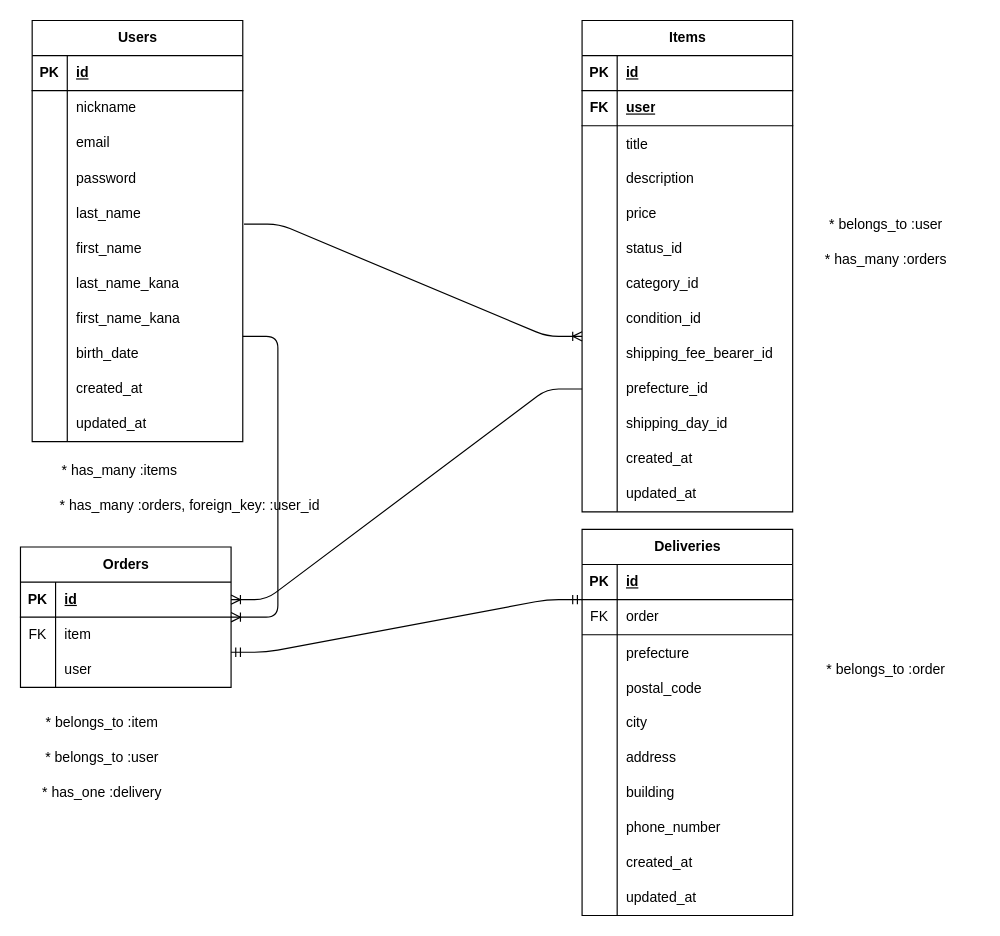
This is ERfile.dio from yout-a/furima-42334, a draw.io file, before an edit. Source tidied: cells renumbered, new cells numbered last; positions are measured from the earlier drawing's top-left corner, leaving out a move shared by most shapes. Both pictures are drawn from the tidied source at 117%, with x=0, y=0 at pixel (20, 20).
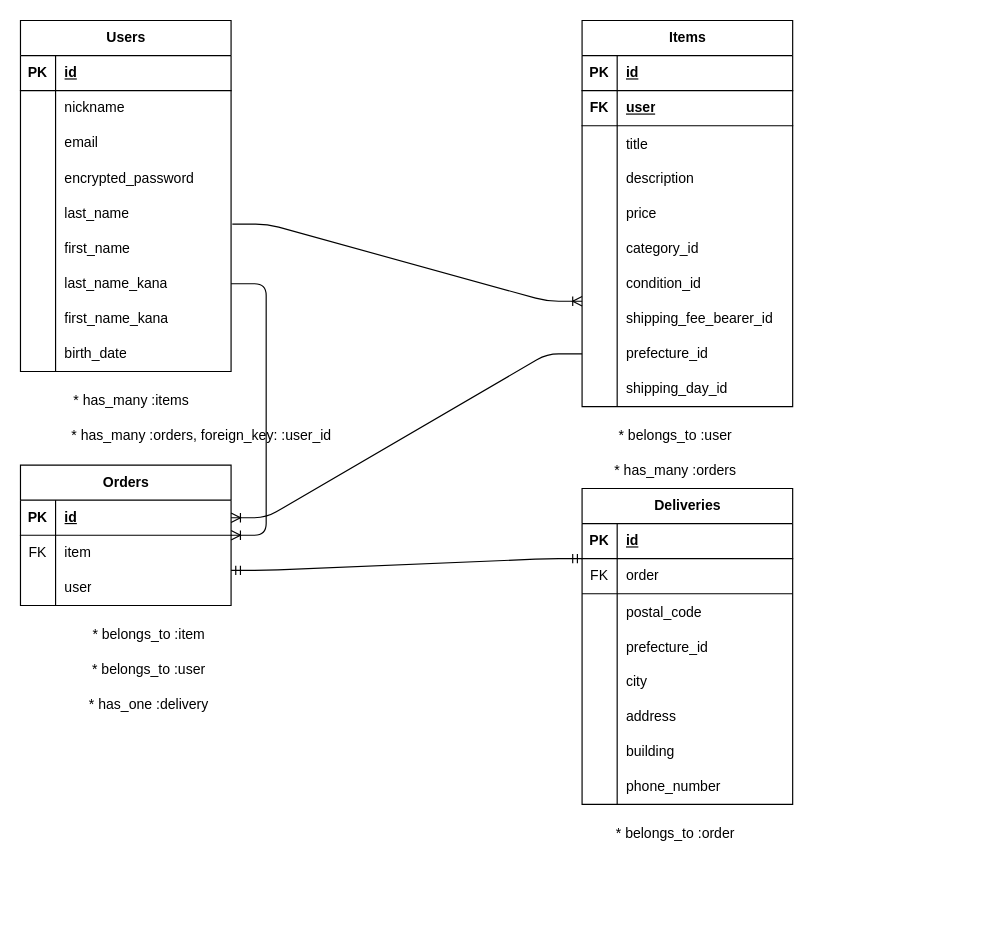
The same diagram, later.

Commit message (it also covers changes not shown here):
READMEの訂正３回目

Unchanged cells that the change refers to:
```xml
<mxCell id="12" style="shape=tableRow;horizontal=0;startSize=0;swimlaneHead=0;swimlaneBody=0;fillColor=none;top=0;left=0;right=0;bottom=0;" parent="2" vertex="1">
  <mxGeometry y="120" width="180" height="30" as="geometry" />
</mxCell>
<mxCell id="21" style="shape=tableRow;horizontal=0;startSize=0;swimlaneHead=0;swimlaneBody=0;fillColor=none;points=[[0,0.5],[1,0.5]];portConstraint=eastwest;top=0;left=0;right=0;bottom=0;" parent="2" vertex="1">
  <mxGeometry y="210" width="180" height="30" as="geometry" />
</mxCell>
<mxCell id="80" style="shape=tableRow;horizontal=0;startSize=0;swimlaneHead=0;swimlaneBody=0;fillColor=none;points=[[0,0.5],[1,0.5]];portConstraint=eastwest;top=0;left=0;right=0;bottom=0;" parent="76" vertex="1">
  <mxGeometry y="60" width="180" height="30" as="geometry" />
</mxCell>
```

Change to the diagram source:
```diff
@@
     <mxCell id="2" value="Users" style="shape=table;startSize=30;childLayout=tableLayout;rowLines=0;fontStyle=1;align=center;html=1;" parent="1" vertex="1">
-      <mxGeometry x="10" width="180" height="360" as="geometry" />
+      <mxGeometry width="180" height="300" as="geometry" />
     </mxCell>
@@
-    <mxCell id="14" value="password" style="shape=partialRectangle;fillColor=none;top=0;left=0;bottom=0;right=0;align=left;spacingLeft=6;overflow=hidden;whiteSpace=wrap;html=1;" parent="12" vertex="1">
+    <mxCell id="14" value="encrypted_password" style="shape=partialRectangle;fillColor=none;top=0;left=0;bottom=0;right=0;align=left;spacingLeft=6;overflow=hidden;whiteSpace=wrap;html=1;" parent="12" vertex="1">
       <mxGeometry x="30" width="150" height="30" as="geometry" />
     </mxCell>
@@
-    <mxCell id="30" style="shape=tableRow;horizontal=0;startSize=0;swimlaneHead=0;swimlaneBody=0;fillColor=none;top=0;left=0;right=0;bottom=0;" parent="2" vertex="1">
-      <mxGeometry y="300" width="180" height="30" as="geometry" />
-    </mxCell>
-    <mxCell id="31" style="shape=partialRectangle;fillColor=none;top=0;left=0;bottom=0;right=0;overflow=hidden;whiteSpace=wrap;html=1;" parent="30" vertex="1">
-      <mxGeometry width="30" height="30" as="geometry" />
-    </mxCell>
-    <mxCell id="32" value="created_at" style="shape=partialRectangle;fillColor=none;top=0;left=0;bottom=0;right=0;align=left;spacingLeft=6;overflow=hidden;whiteSpace=wrap;html=1;" parent="30" vertex="1">
-      <mxGeometry x="30" width="150" height="30" as="geometry" />
-    </mxCell>
-    <mxCell id="33" style="shape=tableRow;horizontal=0;startSize=0;swimlaneHead=0;swimlaneBody=0;fillColor=none;top=0;left=0;right=0;bottom=0;" parent="2" vertex="1">
-      <mxGeometry y="330" width="180" height="30" as="geometry" />
-    </mxCell>
-    <mxCell id="34" style="shape=partialRectangle;fillColor=none;top=0;left=0;bottom=0;right=0;overflow=hidden;whiteSpace=wrap;html=1;" parent="33" vertex="1">
-      <mxGeometry width="30" height="30" as="geometry" />
-    </mxCell>
-    <mxCell id="35" value="updated_at" style="shape=partialRectangle;fillColor=none;top=0;left=0;bottom=0;right=0;align=left;spacingLeft=6;overflow=hidden;whiteSpace=wrap;html=1;" parent="33" vertex="1">
-      <mxGeometry x="30" width="150" height="30" as="geometry" />
-    </mxCell>
     <mxCell id="36" value="Items" style="shape=table;startSize=30;childLayout=tableLayout;rowLines=0;fontStyle=1;align=center;html=1;" parent="1" vertex="1">
-      <mxGeometry x="480" width="180" height="420" as="geometry" />
+      <mxGeometry x="480" width="180" height="330" as="geometry" />
     </mxCell>
@@
-    <mxCell id="52" style="shape=tableRow;horizontal=0;startSize=0;swimlaneHead=0;swimlaneBody=0;fillColor=none;top=0;left=0;right=0;bottom=0;" parent="36" vertex="1">
-      <mxGeometry y="180" width="180" height="30" as="geometry" />
-    </mxCell>
-    <mxCell id="53" style="shape=partialRectangle;fillColor=none;top=0;left=0;bottom=0;right=0;overflow=hidden;whiteSpace=wrap;html=1;" parent="52" vertex="1">
-      <mxGeometry width="30" height="30" as="geometry" />
-    </mxCell>
-    <mxCell id="54" value="status_id" style="shape=partialRectangle;fillColor=none;top=0;left=0;bottom=0;right=0;align=left;spacingLeft=6;overflow=hidden;whiteSpace=wrap;html=1;" parent="52" vertex="1">
-      <mxGeometry x="30" width="150" height="30" as="geometry" />
-    </mxCell>
     <mxCell id="55" style="shape=tableRow;horizontal=0;startSize=0;swimlaneHead=0;swimlaneBody=0;fillColor=none;top=0;left=0;right=0;bottom=0;" parent="36" vertex="1">
-      <mxGeometry y="210" width="180" height="30" as="geometry" />
+      <mxGeometry y="180" width="180" height="30" as="geometry" />
     </mxCell>
@@
     <mxCell id="58" style="shape=tableRow;horizontal=0;startSize=0;swimlaneHead=0;swimlaneBody=0;fillColor=none;top=0;left=0;right=0;bottom=0;" parent="36" vertex="1">
-      <mxGeometry y="240" width="180" height="30" as="geometry" />
+      <mxGeometry y="210" width="180" height="30" as="geometry" />
     </mxCell>
@@
     <mxCell id="61" style="shape=tableRow;horizontal=0;startSize=0;swimlaneHead=0;swimlaneBody=0;fillColor=none;points=[[0,0.5],[1,0.5]];portConstraint=eastwest;top=0;left=0;right=0;bottom=0;" parent="36" vertex="1">
-      <mxGeometry y="270" width="180" height="30" as="geometry" />
+      <mxGeometry y="240" width="180" height="30" as="geometry" />
     </mxCell>
@@
     <mxCell id="64" style="shape=tableRow;horizontal=0;startSize=0;swimlaneHead=0;swimlaneBody=0;fillColor=none;points=[[0,0.5],[1,0.5]];portConstraint=eastwest;top=0;left=0;right=0;bottom=0;" parent="36" vertex="1">
-      <mxGeometry y="300" width="180" height="30" as="geometry" />
+      <mxGeometry y="270" width="180" height="30" as="geometry" />
     </mxCell>
@@
     <mxCell id="67" style="shape=tableRow;horizontal=0;startSize=0;swimlaneHead=0;swimlaneBody=0;fillColor=none;top=0;left=0;right=0;bottom=0;" parent="36" vertex="1">
-      <mxGeometry y="330" width="180" height="30" as="geometry" />
+      <mxGeometry y="300" width="180" height="30" as="geometry" />
     </mxCell>
@@
-    <mxCell id="70" style="shape=tableRow;horizontal=0;startSize=0;swimlaneHead=0;swimlaneBody=0;fillColor=none;top=0;left=0;right=0;bottom=0;" parent="36" vertex="1">
-      <mxGeometry y="360" width="180" height="30" as="geometry" />
-    </mxCell>
-    <mxCell id="71" style="shape=partialRectangle;fillColor=none;top=0;left=0;bottom=0;right=0;overflow=hidden;whiteSpace=wrap;html=1;" parent="70" vertex="1">
-      <mxGeometry width="30" height="30" as="geometry" />
-    </mxCell>
-    <mxCell id="72" value="created_at" style="shape=partialRectangle;fillColor=none;top=0;left=0;bottom=0;right=0;align=left;spacingLeft=6;overflow=hidden;whiteSpace=wrap;html=1;" parent="70" vertex="1">
-      <mxGeometry x="30" width="150" height="30" as="geometry" />
-    </mxCell>
-    <mxCell id="73" style="shape=tableRow;horizontal=0;startSize=0;swimlaneHead=0;swimlaneBody=0;fillColor=none;top=0;left=0;right=0;bottom=0;" parent="36" vertex="1">
-      <mxGeometry y="390" width="180" height="30" as="geometry" />
-    </mxCell>
-    <mxCell id="74" style="shape=partialRectangle;fillColor=none;top=0;left=0;bottom=0;right=0;overflow=hidden;whiteSpace=wrap;html=1;" parent="73" vertex="1">
-      <mxGeometry width="30" height="30" as="geometry" />
-    </mxCell>
-    <mxCell id="75" value="updated_at" style="shape=partialRectangle;fillColor=none;top=0;left=0;bottom=0;right=0;align=left;spacingLeft=6;overflow=hidden;whiteSpace=wrap;html=1;" parent="73" vertex="1">
-      <mxGeometry x="30" width="150" height="30" as="geometry" />
-    </mxCell>
     <mxCell id="76" value="Deliveries" style="shape=table;startSize=30;childLayout=tableLayout;rowLines=0;fontStyle=1;align=center;html=1;" parent="1" vertex="1">
-      <mxGeometry x="480" y="435" width="180" height="330" as="geometry" />
+      <mxGeometry x="480" y="400" width="180" height="270" as="geometry" />
     </mxCell>
@@
+    <mxCell id="86" style="shape=tableRow;horizontal=0;startSize=0;swimlaneHead=0;swimlaneBody=0;fillColor=none;points=[[0,0.5],[1,0.5]];portConstraint=eastwest;top=0;left=0;right=0;bottom=0;" parent="76" vertex="1">
+      <mxGeometry y="90" width="180" height="30" as="geometry" />
+    </mxCell>
+    <mxCell id="87" style="shape=partialRectangle;fillColor=none;top=0;left=0;bottom=0;right=0;overflow=hidden;" parent="86" vertex="1">
+      <mxGeometry width="30" height="30" as="geometry" />
+    </mxCell>
+    <mxCell id="88" value="postal_code" style="shape=partialRectangle;fillColor=none;top=0;left=0;bottom=0;right=0;align=left;spacingLeft=6;overflow=hidden;" parent="86" vertex="1">
+      <mxGeometry x="30" width="150" height="30" as="geometry" />
+    </mxCell>
     <mxCell id="83" style="shape=tableRow;horizontal=0;startSize=0;swimlaneHead=0;swimlaneBody=0;fillColor=none;points=[[0,0.5],[1,0.5]];portConstraint=eastwest;top=0;left=0;right=0;bottom=0;" parent="76" vertex="1">
-      <mxGeometry y="90" width="180" height="30" as="geometry" />
+      <mxGeometry y="120" width="180" height="30" as="geometry" />
     </mxCell>
@@
-    <mxCell id="85" value="prefecture" style="shape=partialRectangle;fillColor=none;top=0;left=0;bottom=0;right=0;align=left;spacingLeft=6;overflow=hidden;" parent="83" vertex="1">
+    <mxCell id="85" value="prefecture_id" style="shape=partialRectangle;fillColor=none;top=0;left=0;bottom=0;right=0;align=left;spacingLeft=6;overflow=hidden;" parent="83" vertex="1">
       <mxGeometry x="30" width="150" height="30" as="geometry" />
     </mxCell>
-    <mxCell id="86" style="shape=tableRow;horizontal=0;startSize=0;swimlaneHead=0;swimlaneBody=0;fillColor=none;points=[[0,0.5],[1,0.5]];portConstraint=eastwest;top=0;left=0;right=0;bottom=0;" parent="76" vertex="1">
-      <mxGeometry y="120" width="180" height="30" as="geometry" />
-    </mxCell>
-    <mxCell id="87" style="shape=partialRectangle;fillColor=none;top=0;left=0;bottom=0;right=0;overflow=hidden;" parent="86" vertex="1">
-      <mxGeometry width="30" height="30" as="geometry" />
-    </mxCell>
-    <mxCell id="88" value="postal_code" style="shape=partialRectangle;fillColor=none;top=0;left=0;bottom=0;right=0;align=left;spacingLeft=6;overflow=hidden;" parent="86" vertex="1">
-      <mxGeometry x="30" width="150" height="30" as="geometry" />
-    </mxCell>
@@
-    <mxCell id="101" style="shape=tableRow;horizontal=0;startSize=0;swimlaneHead=0;swimlaneBody=0;fillColor=none;top=0;left=0;right=0;bottom=0;" parent="76" vertex="1">
-      <mxGeometry y="270" width="180" height="30" as="geometry" />
-    </mxCell>
-    <mxCell id="102" style="shape=partialRectangle;fillColor=none;top=0;left=0;bottom=0;right=0;overflow=hidden;whiteSpace=wrap;html=1;" parent="101" vertex="1">
-      <mxGeometry width="30" height="30" as="geometry" />
-    </mxCell>
-    <mxCell id="103" value="created_at" style="shape=partialRectangle;fillColor=none;top=0;left=0;bottom=0;right=0;align=left;spacingLeft=6;overflow=hidden;whiteSpace=wrap;html=1;" parent="101" vertex="1">
-      <mxGeometry x="30" width="150" height="30" as="geometry" />
-    </mxCell>
-    <mxCell id="104" style="shape=tableRow;horizontal=0;startSize=0;swimlaneHead=0;swimlaneBody=0;fillColor=none;top=0;left=0;right=0;bottom=0;" parent="76" vertex="1">
-      <mxGeometry y="300" width="180" height="30" as="geometry" />
-    </mxCell>
-    <mxCell id="105" style="shape=partialRectangle;fillColor=none;top=0;left=0;bottom=0;right=0;overflow=hidden;whiteSpace=wrap;html=1;" parent="104" vertex="1">
-      <mxGeometry width="30" height="30" as="geometry" />
-    </mxCell>
-    <mxCell id="106" value="updated_at" style="shape=partialRectangle;fillColor=none;top=0;left=0;bottom=0;right=0;align=left;spacingLeft=6;overflow=hidden;whiteSpace=wrap;html=1;" parent="104" vertex="1">
-      <mxGeometry x="30" width="150" height="30" as="geometry" />
-    </mxCell>
-    <mxCell id="107" style="endArrow=none;html=1;rounded=0;exitX=0;exitY=0;exitDx=0;exitDy=0;exitPerimeter=0;entryX=1;entryY=1;entryDx=0;entryDy=0;entryPerimeter=0;" parent="76" edge="1" source="83" target="80">
+    <mxCell id="107" style="endArrow=none;html=1;rounded=0;exitX=0;exitY=0;exitDx=0;exitDy=0;exitPerimeter=0;entryX=1;entryY=1;entryDx=0;entryDy=0;entryPerimeter=0;" parent="76" edge="1" source="86" target="80">
       <mxGeometry relative="1" as="geometry" />
     </mxCell>
     <mxCell id="108" value="Orders" style="shape=table;startSize=30;childLayout=tableLayout;rowLines=0;fontStyle=1;align=center;html=1;" parent="1" vertex="1">
-      <mxGeometry y="450" width="180" height="120" as="geometry" />
+      <mxGeometry y="380" width="180" height="120" as="geometry" />
     </mxCell>
@@
-    <mxCell id="119" style="edgeStyle=entityRelationEdgeStyle;fontSize=12;html=1;endArrow=ERoneToMany;exitX=0.8;exitY=1.067;exitDx=0;exitDy=0;exitPerimeter=0;" parent="1" edge="1" target="108">
-      <mxGeometry relative="1" as="geometry">
-        <mxPoint x="190" y="270" as="sourcePoint" />
-      </mxGeometry>
+    <mxCell id="119" style="edgeStyle=entityRelationEdgeStyle;fontSize=12;html=1;endArrow=ERoneToMany;exitX=1;exitY=0.5;exitDx=0;exitDy=0;" parent="1" edge="1" source="21" target="108">
+      <mxGeometry relative="1" as="geometry" />
     </mxCell>
@@
     <mxCell id="122" value="* has_many :items" style="text;strokeColor=none;align=center;fillColor=none;html=1;verticalAlign=middle;whiteSpace=wrap;rounded=0;" parent="1" vertex="1">
-      <mxGeometry y="370" width="170" height="30" as="geometry" />
+      <mxGeometry x="10" y="310" width="170" height="30" as="geometry" />
     </mxCell>
     <mxCell id="123" value="* has_many :orders, foreign_key: :user_id" style="text;strokeColor=none;align=center;fillColor=none;html=1;verticalAlign=middle;whiteSpace=wrap;rounded=0;" parent="1" vertex="1">
-      <mxGeometry y="400" width="290" height="30" as="geometry" />
+      <mxGeometry x="10" y="340" width="290" height="30" as="geometry" />
     </mxCell>
     <mxCell id="124" value="* belongs_to :user" style="text;strokeColor=none;align=center;fillColor=none;html=1;verticalAlign=middle;whiteSpace=wrap;rounded=0;" parent="1" vertex="1">
-      <mxGeometry x="660" y="160" width="160" height="30" as="geometry" />
+      <mxGeometry x="480" y="340" width="160" height="30" as="geometry" />
     </mxCell>
     <mxCell id="125" value="* has_many :orders" style="text;strokeColor=none;align=center;fillColor=none;html=1;verticalAlign=middle;whiteSpace=wrap;rounded=0;" parent="1" vertex="1">
-      <mxGeometry x="660" y="190" width="160" height="30" as="geometry" />
+      <mxGeometry x="480" y="370" width="160" height="30" as="geometry" />
     </mxCell>
     <mxCell id="126" value="* belongs_to :item" style="text;strokeColor=none;align=center;fillColor=none;html=1;verticalAlign=middle;whiteSpace=wrap;rounded=0;" parent="1" vertex="1">
-      <mxGeometry y="585" width="140" height="30" as="geometry" />
+      <mxGeometry x="40" y="510" width="140" height="30" as="geometry" />
     </mxCell>
     <mxCell id="127" value="* belongs_to :user" style="text;strokeColor=none;align=center;fillColor=none;html=1;verticalAlign=middle;whiteSpace=wrap;rounded=0;" parent="1" vertex="1">
-      <mxGeometry y="615" width="140" height="30" as="geometry" />
+      <mxGeometry x="40" y="540" width="140" height="30" as="geometry" />
     </mxCell>
     <mxCell id="128" value="* has_one :delivery" style="text;strokeColor=none;align=center;fillColor=none;html=1;verticalAlign=middle;whiteSpace=wrap;rounded=0;" parent="1" vertex="1">
-      <mxGeometry y="645" width="140" height="30" as="geometry" />
+      <mxGeometry x="40" y="570" width="140" height="30" as="geometry" />
     </mxCell>
     <mxCell id="129" value="* belongs_to :order" style="text;strokeColor=none;align=center;fillColor=none;html=1;verticalAlign=middle;whiteSpace=wrap;rounded=0;" parent="1" vertex="1">
-      <mxGeometry x="660" y="540" width="160" height="30" as="geometry" />
+      <mxGeometry x="480" y="680" width="160" height="30" as="geometry" />
     </mxCell>
```
